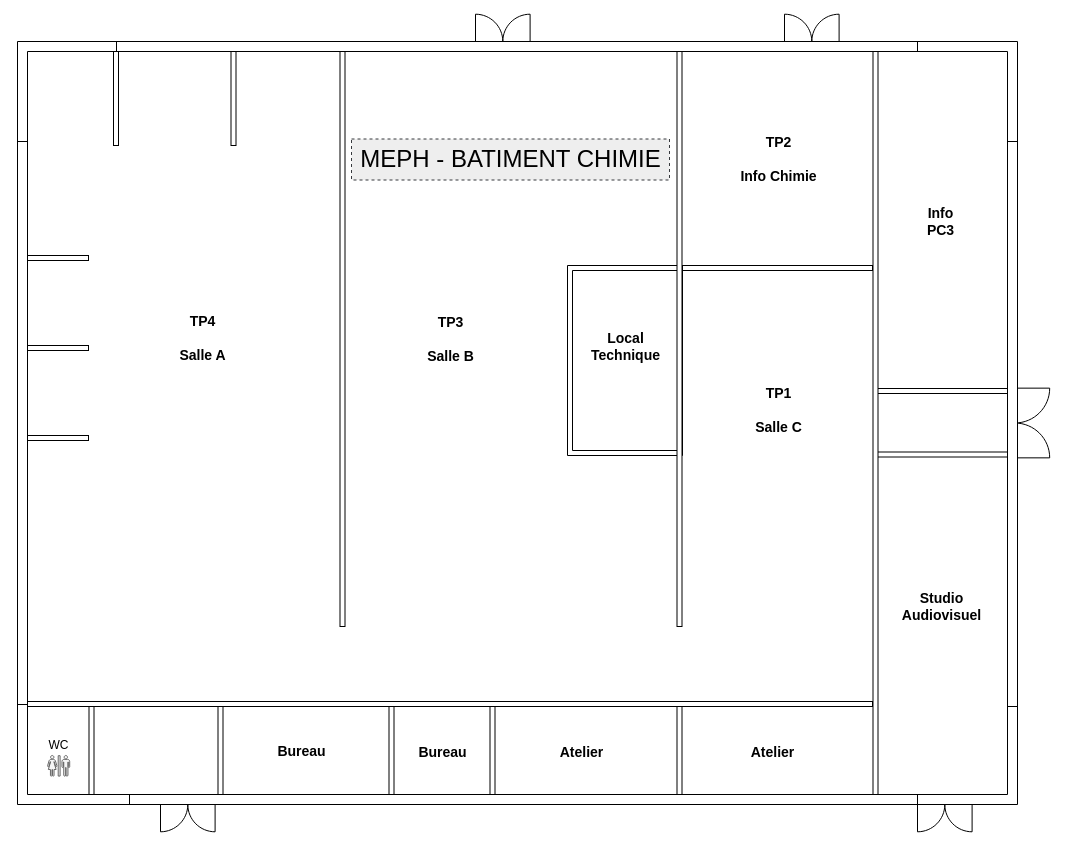
Earlier version of the draw.io diagram meph-plan_chimie.drawio (gI7DUmmY/diagrams). Source tidied: cells renumbered, new cells numbered last; positions are measured from the earlier drawing's top-left corner, leaving out a move shared by most shapes. Both pictures are drawn from the tidied source at 100%, with x=0, y=0 at pixel (17, 17).
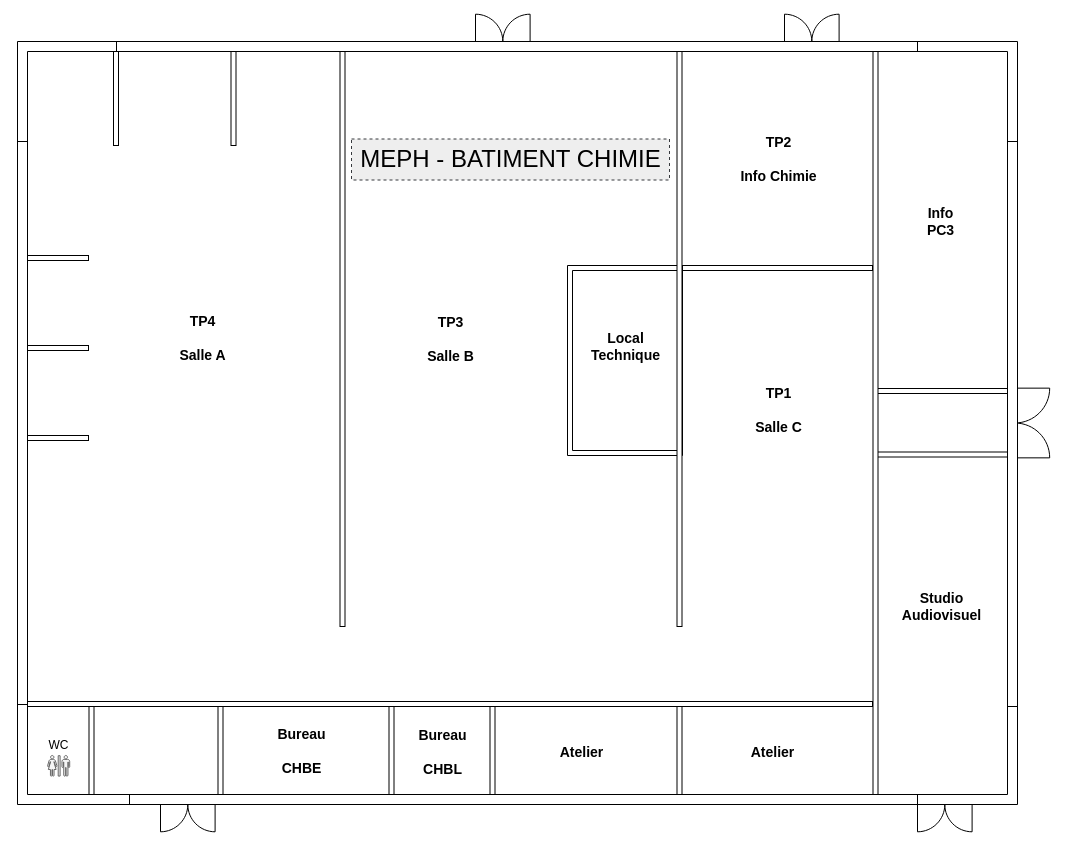
The same page after the edit.

Commit message:
Mettre à jour meph-plan_chimie.drawio

Change to the diagram source:
```diff
@@
-    <mxCell id="41" value="Bureau" style="text;html=1;align=center;verticalAlign=middle;strokeColor=none;fillColor=none;fontFamily=Helvetica;fontSize=14;fontColor=default;fontStyle=1;" parent="1" vertex="1">
-      <mxGeometry x="252" y="719" width="63" height="29" as="geometry" />
+    <mxCell id="41" value="Bureau&lt;div&gt;&lt;br&gt;&lt;/div&gt;&lt;div&gt;CHBE&lt;/div&gt;" style="text;html=1;align=center;verticalAlign=middle;strokeColor=none;fillColor=none;fontFamily=Helvetica;fontSize=14;fontColor=default;fontStyle=1;" parent="1" vertex="1">
+      <mxGeometry x="252" y="703" width="63" height="62" as="geometry" />
     </mxCell>
-    <mxCell id="42" value="Bureau" style="text;html=1;align=center;verticalAlign=middle;strokeColor=none;fillColor=none;fontFamily=Helvetica;fontSize=14;fontColor=default;fontStyle=1;" parent="1" vertex="1">
-      <mxGeometry x="393" y="720" width="63" height="29" as="geometry" />
+    <mxCell id="42" value="Bureau&lt;div&gt;&lt;br&gt;&lt;div&gt;CHBL&lt;/div&gt;&lt;/div&gt;" style="text;html=1;align=center;verticalAlign=middle;strokeColor=none;fillColor=none;fontFamily=Helvetica;fontSize=14;fontColor=default;fontStyle=1;" parent="1" vertex="1">
+      <mxGeometry x="393" y="704" width="63" height="62" as="geometry" />
     </mxCell>
```
